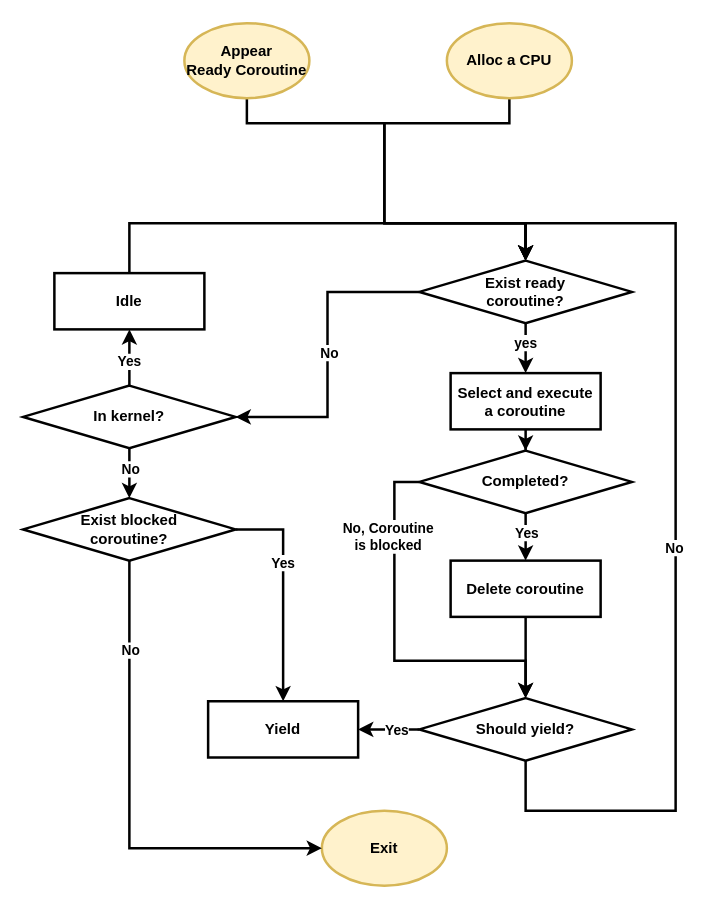
Before: Article/assets/flow.drawio in zflcs/SharedScheduler, a draw.io diagram. Source tidied: cells renumbered, new cells numbered last; positions are measured from the earlier drawing's top-left corner, leaving out a move shared by most shapes. Both pictures are drawn from the tidied source at 125%, with x=0, y=0 at pixel (22, 22).
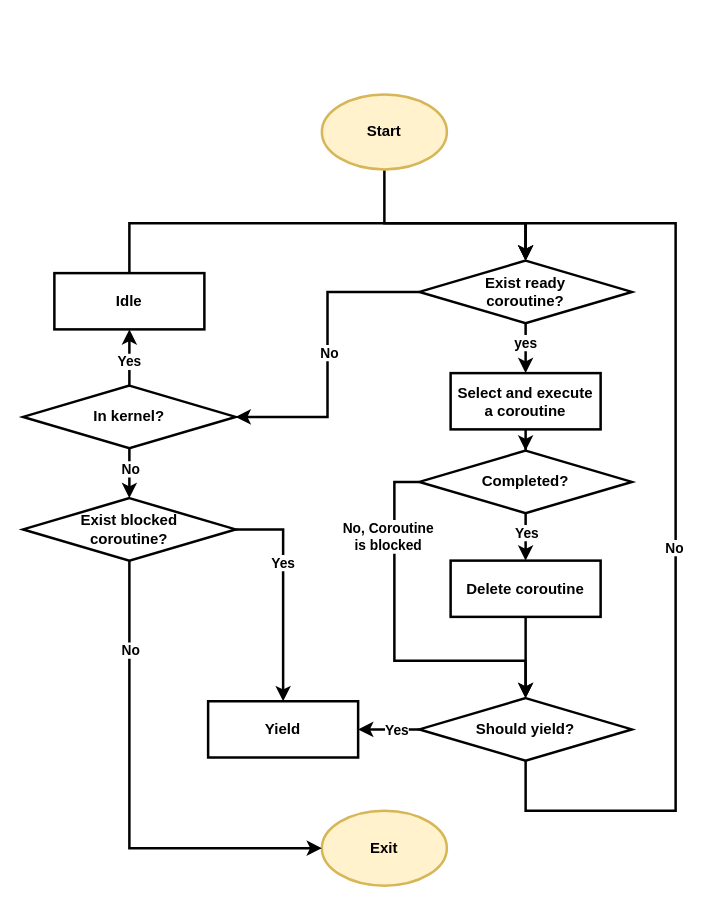
The same diagram, later.

Unchanged cells that the change refers to:
```xml
<mxCell id="8" value="Exist ready &lt;br&gt;coroutine?" style="rhombus;whiteSpace=wrap;html=1;strokeWidth=2;fontStyle=1;" parent="1" vertex="1">
  <mxGeometry x="317" y="190" width="170" height="50" as="geometry" />
</mxCell>
```

The edit, as a diff of the source:
```diff
@@
-    <mxCell id="2" style="edgeStyle=orthogonalEdgeStyle;rounded=0;jettySize=auto;html=1;strokeWidth=2;fontStyle=1;exitX=0.5;exitY=1;exitDx=0;exitDy=0;exitPerimeter=0;" parent="1" edge="1" source="3" target="8">
-      <mxGeometry relative="1" as="geometry">
-        <Array as="points">
-          <mxPoint x="389" y="80" />
-          <mxPoint x="289" y="80" />
-          <mxPoint x="289" y="160" />
-          <mxPoint x="402" y="160" />
-        </Array>
-      </mxGeometry>
-    </mxCell>
-    <mxCell id="3" value="Alloc a CPU" style="strokeWidth=2;html=1;shape=mxgraph.flowchart.start_1;whiteSpace=wrap;fontStyle=1;fillColor=#fff2cc;strokeColor=#d6b656;" parent="1" vertex="1">
-      <mxGeometry x="339" width="100" height="60" as="geometry" />
-    </mxCell>
@@
     <mxCell id="38" style="edgeStyle=orthogonalEdgeStyle;rounded=0;jettySize=auto;html=1;exitX=0.5;exitY=1;exitDx=0;exitDy=0;exitPerimeter=0;entryX=0.5;entryY=0;entryDx=0;entryDy=0;strokeWidth=2;" parent="1" edge="1" source="39" target="8">
       <mxGeometry relative="1" as="geometry">
         <Array as="points">
-          <mxPoint x="179" y="80" />
-          <mxPoint x="289" y="80" />
           <mxPoint x="289" y="160" />
           <mxPoint x="402" y="160" />
         </Array>
       </mxGeometry>
     </mxCell>
-    <mxCell id="39" value="Appear &lt;br&gt;Ready Coroutine" style="strokeWidth=2;html=1;shape=mxgraph.flowchart.start_1;whiteSpace=wrap;fontStyle=1;fillColor=#fff2cc;strokeColor=#d6b656;" parent="1" vertex="1">
-      <mxGeometry x="129" width="100" height="60" as="geometry" />
+    <mxCell id="39" value="Start" style="strokeWidth=2;html=1;shape=mxgraph.flowchart.start_1;whiteSpace=wrap;fontStyle=1;fillColor=#fff2cc;strokeColor=#d6b656;" parent="1" vertex="1">
+      <mxGeometry x="239" y="57" width="100" height="60" as="geometry" />
     </mxCell>
```
